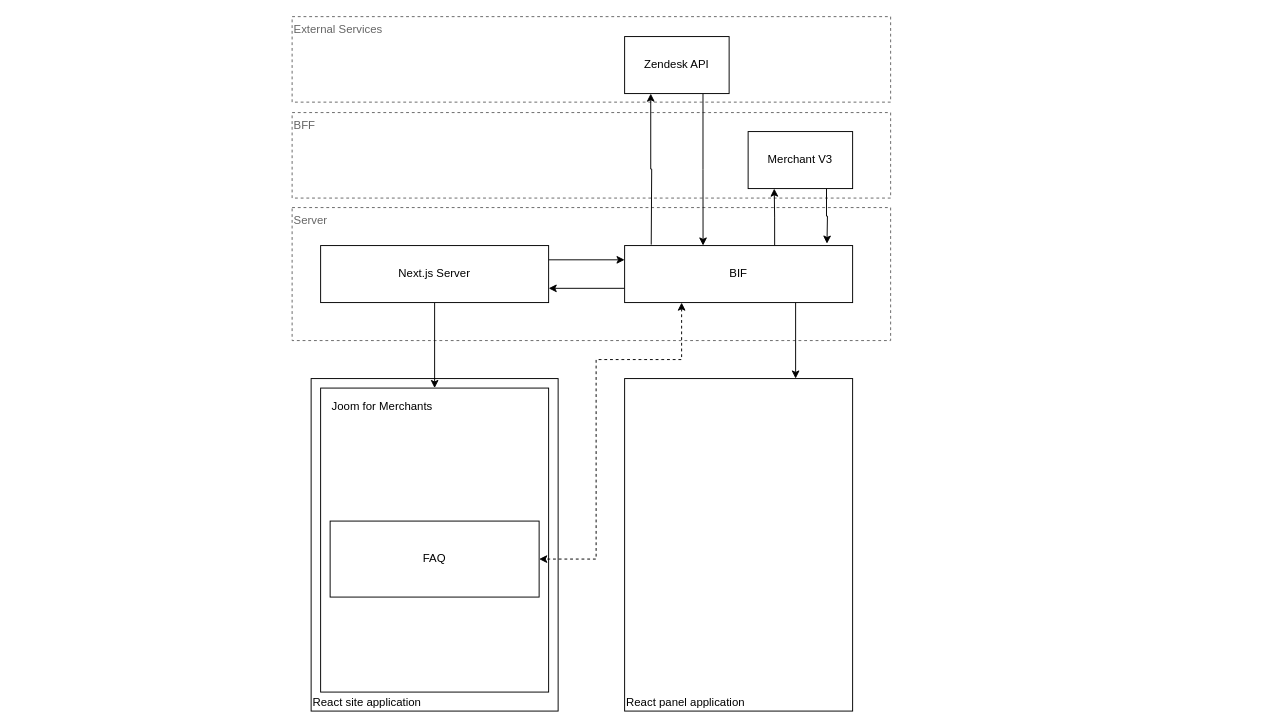
The draw.io diagram merchant-site.drawio in ajile/draw-io, before the edit. Source tidied: cells renumbered, new cells numbered last; positions are measured from the earlier drawing's top-left corner, leaving out a move shared by most shapes. Both pictures are drawn from the tidied source at 95%, with x=0, y=0 at pixel (292, 16).
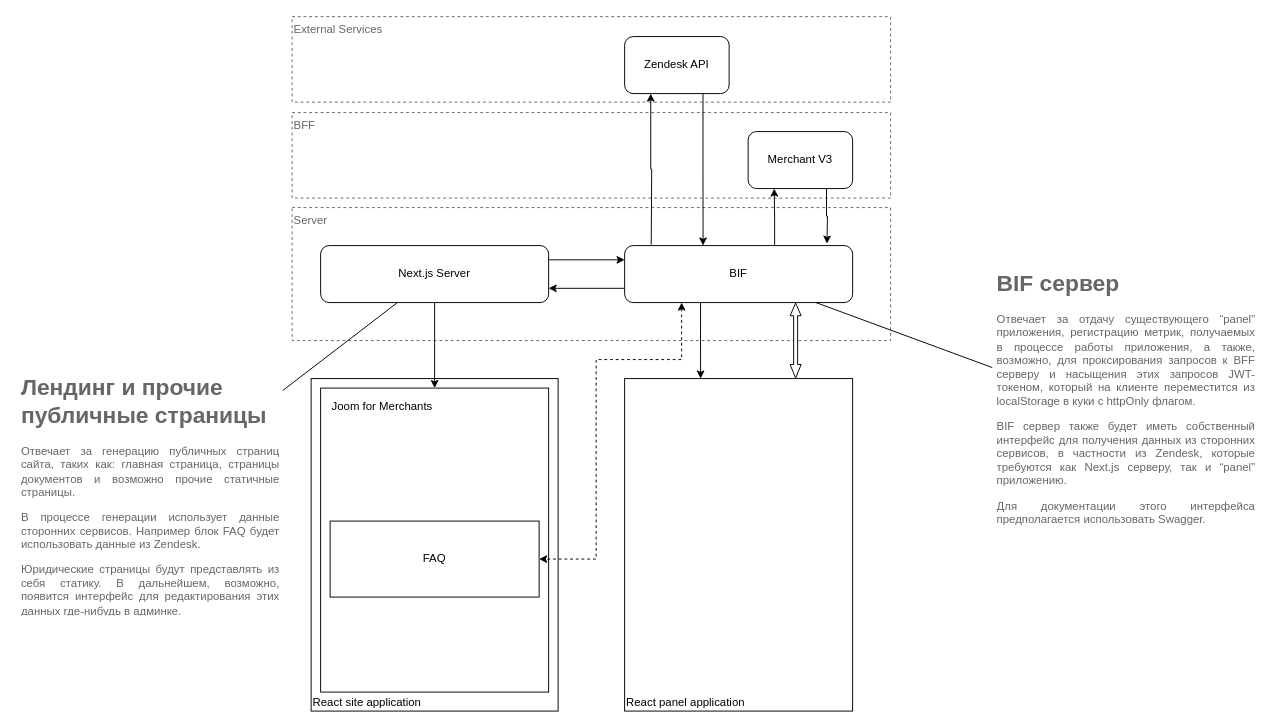
After the change.

Unchanged cells that the change refers to:
```xml
<mxCell id="20" value="React panel application" style="rounded=0;whiteSpace=wrap;html=1;align=left;verticalAlign=bottom;" parent="1" vertex="1">
  <mxGeometry x="350" y="381" width="240" height="350" as="geometry" />
</mxCell>
```

Change to the diagram source:
```diff
@@
-    <mxCell id="11" value="Next.js Server" style="rounded=0;whiteSpace=wrap;html=1;align=center;" parent="1" vertex="1">
+    <mxCell id="11" value="Next.js Server" style="rounded=1;whiteSpace=wrap;html=1;align=center;" parent="1" vertex="1">
       <mxGeometry x="30" y="241" width="240" height="60" as="geometry" />
     </mxCell>
@@
-    <mxCell id="15" style="edgeStyle=orthogonalEdgeStyle;rounded=0;jettySize=auto;html=1;entryX=0.75;entryY=0;entryDx=0;entryDy=0;exitX=0.75;exitY=1;exitDx=0;exitDy=0;" parent="1" edge="1" source="17" target="20">
-      <mxGeometry relative="1" as="geometry" />
+    <mxCell id="15" style="edgeStyle=orthogonalEdgeStyle;rounded=0;jettySize=auto;html=1;entryX=0.5;entryY=0;entryDx=0;entryDy=0;exitX=0.333;exitY=1;exitDx=0;exitDy=0;exitPerimeter=0;" parent="1" edge="1" source="17">
+      <mxGeometry relative="1" as="geometry">
+        <mxPoint x="430" y="381" as="targetPoint" />
+      </mxGeometry>
     </mxCell>
@@
-    <mxCell id="17" value="BIF" style="rounded=0;whiteSpace=wrap;html=1;align=center;" parent="1" vertex="1">
+    <mxCell id="17" value="BIF" style="rounded=1;whiteSpace=wrap;html=1;align=center;" parent="1" vertex="1">
       <mxGeometry x="350" y="241" width="240" height="60" as="geometry" />
     </mxCell>
@@
-    <mxCell id="19" value="Zendesk API" style="rounded=0;whiteSpace=wrap;html=1;align=center;" parent="1" vertex="1">
+    <mxCell id="19" value="Zendesk API" style="rounded=1;whiteSpace=wrap;html=1;align=center;" parent="1" vertex="1">
       <mxGeometry x="350" y="21" width="110" height="60" as="geometry" />
     </mxCell>
@@
-    <mxCell id="22" value="Merchant V3" style="rounded=0;whiteSpace=wrap;html=1;align=center;" parent="1" vertex="1">
+    <mxCell id="22" value="Merchant V3" style="rounded=1;whiteSpace=wrap;html=1;align=center;" parent="1" vertex="1">
       <mxGeometry x="480" y="121" width="110" height="60" as="geometry" />
     </mxCell>
+    <mxCell id="23" style="shape=flexArrow;endArrow=classic;startArrow=classic;html=1;fontColor=#666666;entryX=0.75;entryY=1;entryDx=0;entryDy=0;exitX=0.75;exitY=0;exitDx=0;exitDy=0;fillColor=#ffffff;width=4.193548387096774;startSize=4.430645161290323;startWidth=6.4203954214360035;endWidth=6.4203954214360035;endSize=4.117741935483871;" parent="1" edge="1" source="20" target="17">
+      <mxGeometry relative="1" as="geometry" />
+    </mxCell>
+    <mxCell id="24" style="rounded=0;jettySize=auto;html=1;fontColor=#666666;startArrow=none;startFill=0;fillColor=#ffffff;endArrow=none;endFill=0;" parent="1" edge="1" source="25" target="11">
+      <mxGeometry relative="1" as="geometry" />
+    </mxCell>
+    <mxCell id="25" value="&lt;h1&gt;Лендинг и прочие публичные страницы&lt;/h1&gt;&lt;p style=&quot;text-align: justify&quot;&gt;Отвечает за генерацию публичных страниц сайта, таких как: главная страница, страницы документов и возможно прочие статичные страницы.&lt;/p&gt;&lt;p style=&quot;text-align: justify&quot;&gt;В процессе генерации использует данные сторонних сервисов. Например блок FAQ будет использовать данные из Zendesk.&lt;/p&gt;&lt;p style=&quot;text-align: justify&quot;&gt;Юридические страницы будут представлять из себя статику. В дальнейшем, возможно, появится интерфейс для редактирования этих данных где-нибудь в админке.&lt;/p&gt;" style="text;html=1;strokeColor=none;fillColor=none;spacing=5;spacingTop=-20;whiteSpace=wrap;overflow=hidden;rounded=0;dashed=1;fontColor=#666666;align=left;verticalAlign=top;" parent="1" vertex="1">
+      <mxGeometry x="-290" y="371" width="280" height="260" as="geometry" />
+    </mxCell>
+    <mxCell id="26" style="edgeStyle=none;rounded=0;jettySize=auto;html=1;fontColor=#666666;startArrow=none;startFill=0;endArrow=none;endFill=0;fillColor=#ffffff;" parent="1" edge="1" source="27" target="17">
+      <mxGeometry relative="1" as="geometry" />
+    </mxCell>
+    <mxCell id="27" value="&lt;h1&gt;BIF сервер&lt;/h1&gt;&lt;p style=&quot;text-align: justify&quot;&gt;Отвечает за отдачу существующего “panel” приложения, регистрацию метрик, получаемых в процессе работы приложения, а также, возможно, для проксирования запросов к BFF серверу и насыщения этих запросов JWT-токеном, который на клиенте переместится из localStorage в куки с httpOnly флагом.&lt;/p&gt;&lt;p style=&quot;text-align: justify&quot;&gt;BIF сервер также будет иметь собственный интерфейс для получения данных из сторонних сервисов, в частности из Zendesk, которые требуются как Next.js серверу, так и “panel” приложению.&lt;/p&gt;&lt;p style=&quot;text-align: justify&quot;&gt;Для документации этого интерфейса предполагается использовать Swagger.&lt;/p&gt;" style="text;html=1;strokeColor=none;fillColor=none;spacing=5;spacingTop=-20;whiteSpace=wrap;overflow=hidden;rounded=0;dashed=1;fontColor=#666666;align=left;verticalAlign=top;" parent="1" vertex="1">
+      <mxGeometry x="737" y="261" width="280" height="320" as="geometry" />
+    </mxCell>
```
